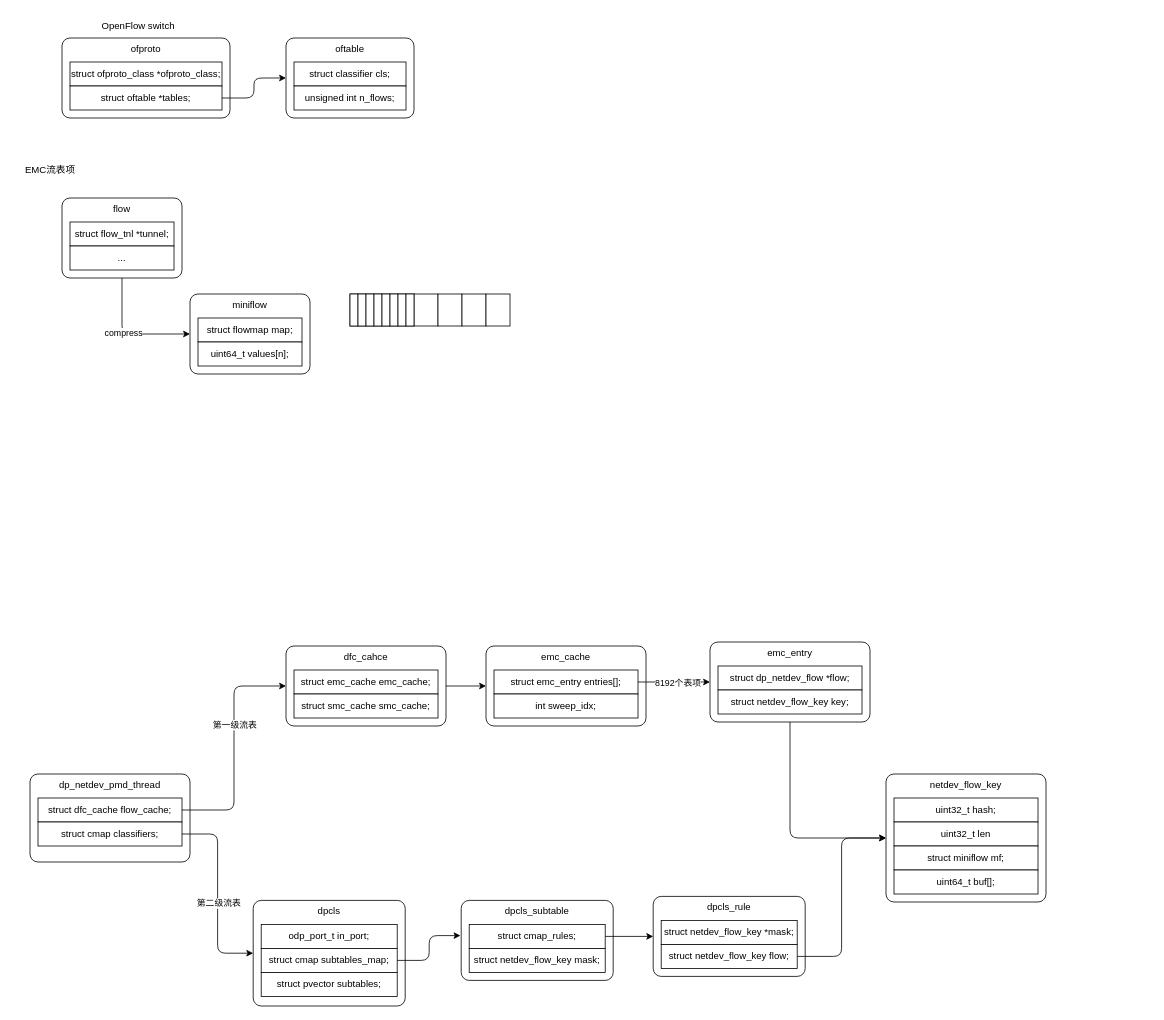
Aspiresky/draw.io keeps this draw.io diagram as page "流表" (1 of 3) of ovs.drawio. Above is the earlier version. Source tidied: cells renumbered, new cells numbered last; positions are measured from the earlier drawing's top-left corner, leaving out a move shared by most shapes. Both pictures are drawn from the tidied source at 80%, with x=0, y=0 at pixel (14, 14).
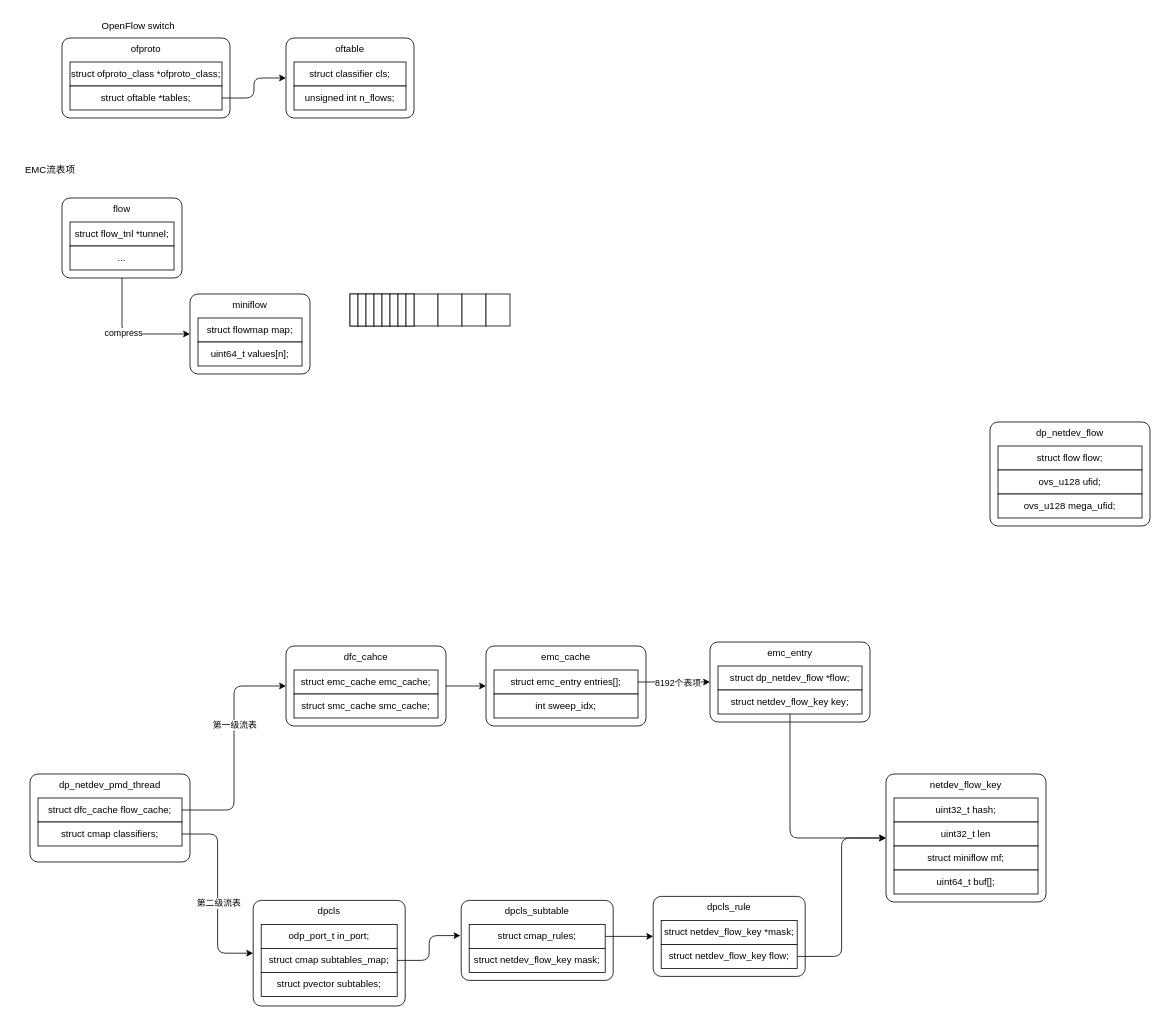
After the change.

The change refers to these unchanged cells:
```xml
<mxCell id="54" value="struct netdev_flow_key key;" style="rounded=0;whiteSpace=wrap;html=1;" parent="1" vertex="1">
  <mxGeometry x="880" y="845" width="180" height="30" as="geometry" />
</mxCell>
<mxCell id="64" value="netdev_flow_key" style="rounded=1;whiteSpace=wrap;html=1;verticalAlign=top;absoluteArcSize=1;" parent="1" vertex="1">
  <mxGeometry x="1090" y="950" width="200" height="160" as="geometry" />
</mxCell>
```

Diff of the diagram source:
```diff
@@
-    <mxCell id="51" style="edgeStyle=orthogonalEdgeStyle;shape=connector;curved=0;rounded=1;jettySize=auto;html=1;exitX=0.5;exitY=1;exitDx=0;exitDy=0;entryX=0;entryY=0.5;entryDx=0;entryDy=0;labelBackgroundColor=default;strokeColor=default;align=center;verticalAlign=middle;fontFamily=Helvetica;fontSize=11;fontColor=default;endArrow=classic;" parent="1" edge="1" source="54" target="64">
-      <mxGeometry relative="1" as="geometry" />
-    </mxCell>
@@
+    <mxCell id="51" style="edgeStyle=orthogonalEdgeStyle;shape=connector;curved=0;rounded=1;jettySize=auto;html=1;exitX=0.5;exitY=1;exitDx=0;exitDy=0;entryX=0;entryY=0.5;entryDx=0;entryDy=0;labelBackgroundColor=default;strokeColor=default;align=center;verticalAlign=middle;fontFamily=Helvetica;fontSize=11;fontColor=default;endArrow=classic;" parent="1" edge="1" source="54" target="64">
+      <mxGeometry relative="1" as="geometry" />
+    </mxCell>
@@
+    <mxCell id="70" value="dp_netdev_flow" style="rounded=1;whiteSpace=wrap;html=1;verticalAlign=top;absoluteArcSize=1;" parent="1" vertex="1">
+      <mxGeometry x="1220" y="510" width="200" height="130" as="geometry" />
+    </mxCell>
+    <mxCell id="71" value="struct flow flow;" style="rounded=0;whiteSpace=wrap;html=1;" parent="1" vertex="1">
+      <mxGeometry x="1230" y="540" width="180" height="30" as="geometry" />
+    </mxCell>
+    <mxCell id="72" value="ovs_u128 ufid;" style="rounded=0;whiteSpace=wrap;html=1;" parent="1" vertex="1">
+      <mxGeometry x="1230" y="570" width="180" height="30" as="geometry" />
+    </mxCell>
+    <mxCell id="73" value="ovs_u128 mega_ufid;" style="rounded=0;whiteSpace=wrap;html=1;" parent="1" vertex="1">
+      <mxGeometry x="1230" y="600" width="180" height="30" as="geometry" />
+    </mxCell>
```
